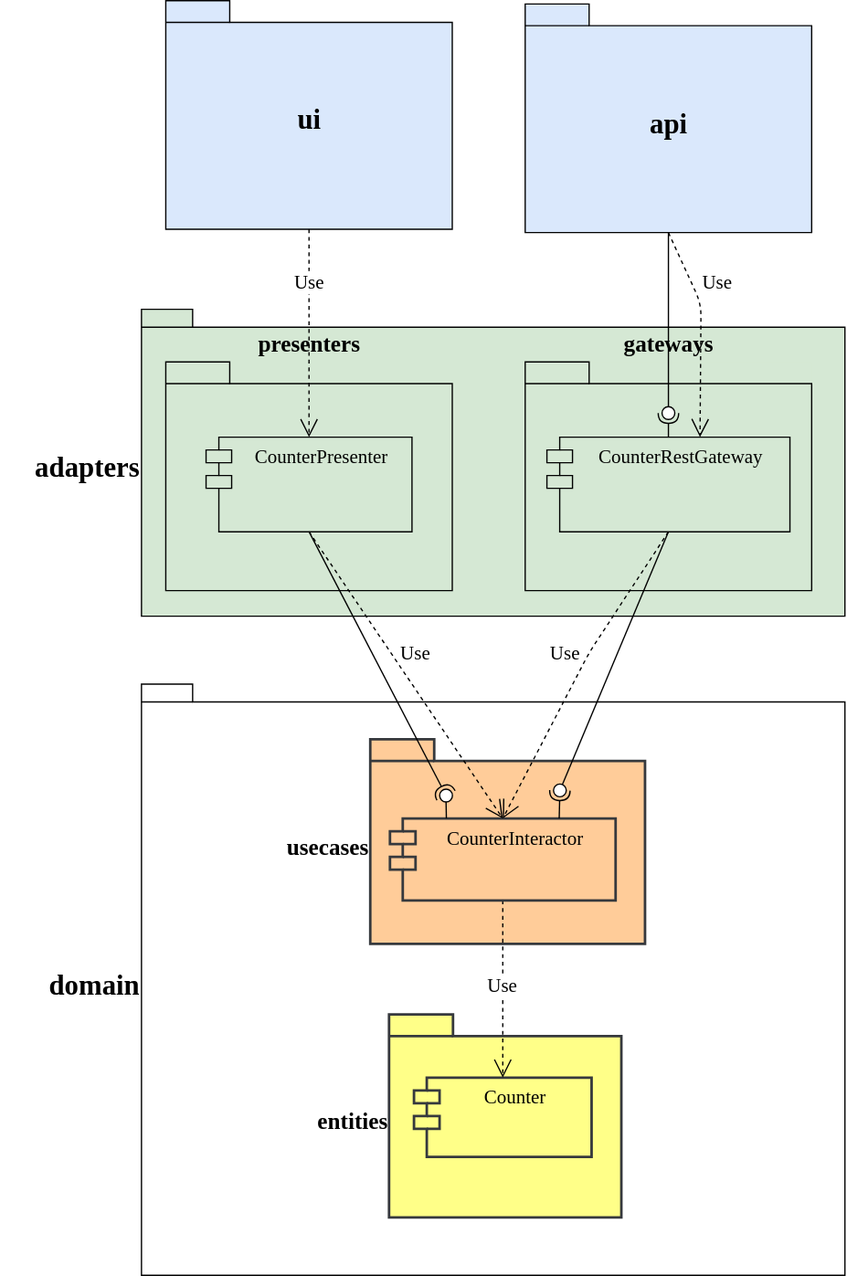
Above: app/diagrams/packages-details.uml.svg in softspiders/clean-architecture-counter-starters (draw.io), before the change. Source tidied: cells renumbered, new cells last; positions are measured from the earlier drawing's top-left corner, leaving out a move shared by most shapes.
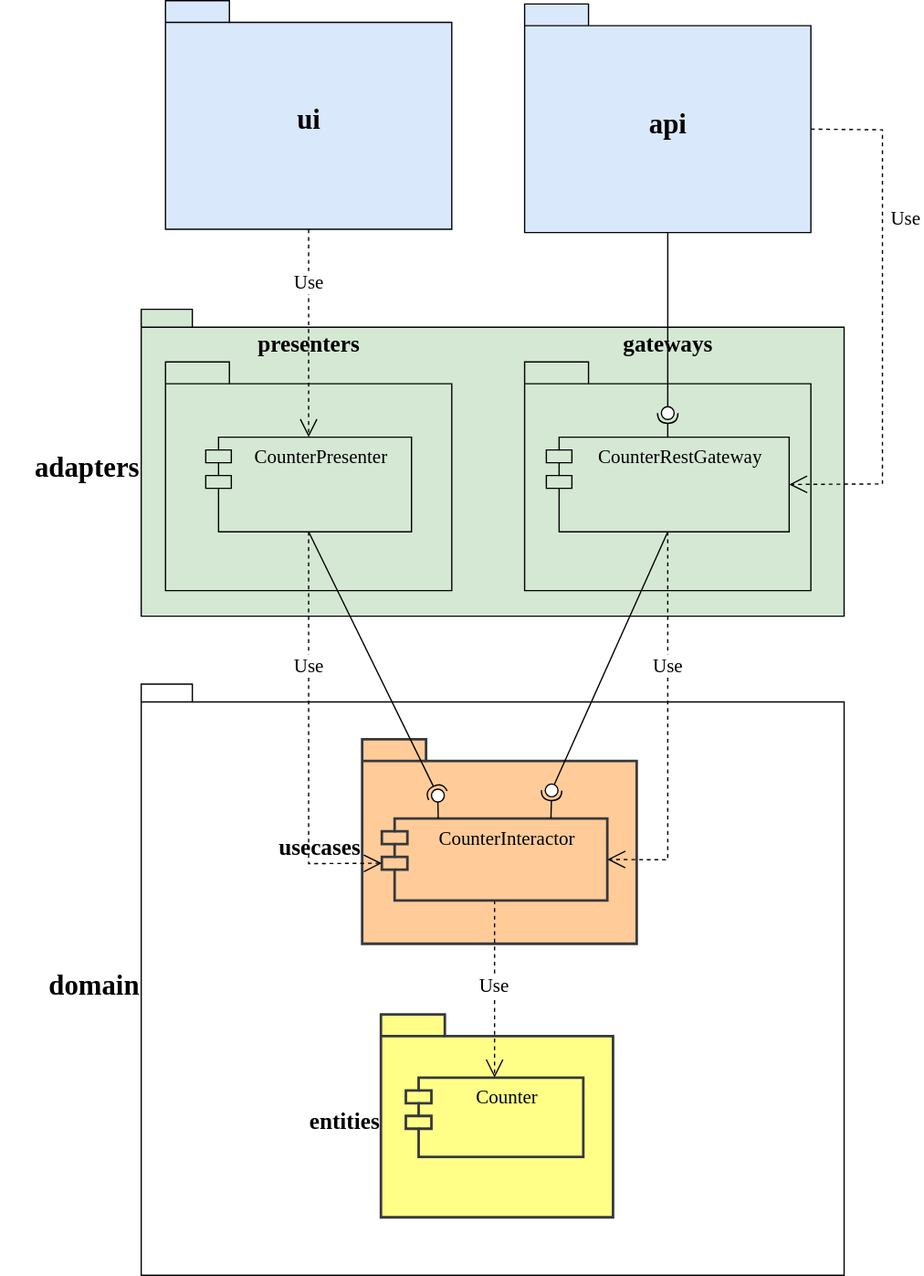
Later version of the same file.

What changed in the source:
```diff
@@ -9,7 +9,7 @@
       <mxGeometry width="550" height="462.5" as="geometry" />
     </mxCell>
     <mxCell id="4" style="group;fontSize=13;labelPosition=left;verticalLabelPosition=middle;align=right;verticalAlign=middle;fillColor=none;strokeColor=none;strokeWidth=2;" parent="2" vertex="1">
-      <mxGeometry x="139.8" y="246.7" width="285.4" height="182.1" as="geometry" />
+      <mxGeometry x="133.8" y="246.7" width="285.4" height="182.1" as="geometry" />
     </mxCell>
     <mxCell id="5" value="&lt;font style=&quot;font-size: 18px&quot;&gt;entities&lt;/font&gt;" style="shape=folder;fontStyle=1;spacingTop=10;tabWidth=50;tabHeight=17;tabPosition=left;html=1;rounded=0;shadow=0;comic=0;labelBackgroundColor=none;strokeWidth=2;fontFamily=Verdana;fontSize=10;align=right;labelPosition=left;verticalLabelPosition=middle;verticalAlign=middle;fillColor=#ffff88;strokeColor=#36393d;" parent="4" vertex="1">
       <mxGeometry x="53.8" y="11.7" width="181.6" height="158.7" as="geometry" />
@@ -18,25 +18,25 @@
       <mxGeometry x="73.3" y="61.1" width="138.9" height="62" as="geometry" />
     </mxCell>
     <mxCell id="7" value="&lt;font style=&quot;font-size: 18px&quot;&gt;usecases&lt;/font&gt;" style="shape=folder;fontStyle=1;spacingTop=10;tabWidth=50;tabHeight=17;tabPosition=left;html=1;rounded=0;shadow=0;comic=0;labelBackgroundColor=none;strokeWidth=2;fontFamily=Verdana;fontSize=12;align=right;labelPosition=left;verticalLabelPosition=middle;verticalAlign=middle;fillColor=#ffcc99;strokeColor=#36393d;" parent="2" vertex="1">
-      <mxGeometry x="178.9" y="43.1" width="214.8" height="160" as="geometry" />
+      <mxGeometry x="172.9" y="43.1" width="214.8" height="160" as="geometry" />
     </mxCell>
     <mxCell id="8" value="Use" style="endArrow=open;endSize=12;dashed=1;html=1;fontFamily=Verdana;fontSize=15;exitX=0.5;exitY=1;exitDx=0;exitDy=0;entryX=0.5;entryY=0;entryDx=0;entryDy=0;" parent="2" edge="1" source="9" target="6">
       <mxGeometry x="-0.04" relative="1" as="geometry" />
     </mxCell>
     <mxCell id="9" value="CounterInteractor" style="shape=module;align=left;spacingLeft=20;align=center;verticalAlign=top;fontFamily=Verdana;fontSize=15;fillColor=#ffcc99;strokeColor=#36393d;strokeWidth=2;" parent="2" vertex="1">
-      <mxGeometry x="194.3" y="105.1" width="176.4" height="64.1" as="geometry" />
+      <mxGeometry x="188.3" y="105.1" width="176.4" height="64.1" as="geometry" />
     </mxCell>
     <mxCell id="10" style="rounded=0;jettySize=auto;html=1;endArrow=halfCircle;endFill=0;entryX=0.5;entryY=0.5;entryDx=0;entryDy=0;endSize=6;strokeWidth=1;fontFamily=Verdana;fontSize=15;exitX=0.75;exitY=0;exitDx=0;exitDy=0;" parent="2" edge="1" source="9" target="11">
       <mxGeometry relative="1" as="geometry" />
     </mxCell>
     <mxCell id="11" style="ellipse;whiteSpace=wrap;html=1;fontFamily=Helvetica;fontSize=12;fontColor=#000000;align=center;strokeColor=#000000;fillColor=#ffffff;points=[];" parent="2" vertex="1">
-      <mxGeometry x="322.1" y="78.2" width="10" height="10" as="geometry" />
+      <mxGeometry x="316.1" y="78.2" width="10" height="10" as="geometry" />
     </mxCell>
     <mxCell id="12" style="rounded=0;jettySize=auto;html=1;endArrow=none;endFill=0;fontFamily=Verdana;fontSize=12;exitX=0.25;exitY=0;exitDx=0;exitDy=0;" parent="2" edge="1" source="9" target="13">
       <mxGeometry relative="1" as="geometry" />
     </mxCell>
     <mxCell id="13" style="ellipse;whiteSpace=wrap;html=1;fontFamily=Helvetica;fontSize=12;fontColor=#000000;align=center;strokeColor=#000000;fillColor=#ffffff;points=[];" parent="2" vertex="1">
-      <mxGeometry x="233.1" y="82.2" width="10" height="10" as="geometry" />
+      <mxGeometry x="227.1" y="82.2" width="10" height="10" as="geometry" />
     </mxCell>
     <mxCell id="14" value="&lt;font style=&quot;font-size: 22px&quot;&gt;adapters&lt;/font&gt;" style="shape=folder;fontStyle=1;spacingTop=10;tabWidth=40;tabHeight=14;tabPosition=left;html=1;fontSize=15;labelPosition=left;verticalLabelPosition=middle;align=right;verticalAlign=middle;fontFamily=Verdana;fillColor=#d5e8d4;strokeColor=#000000;" parent="1" vertex="1">
       <mxGeometry y="241.4" width="550" height="240" as="geometry" />
@@ -74,25 +74,30 @@
     <mxCell id="25" style="rounded=0;jettySize=auto;html=1;endArrow=none;endFill=0;fontFamily=Verdana;fontSize=15;exitX=0.5;exitY=1;exitDx=0;exitDy=0;" parent="1" edge="1" source="18" target="11">
       <mxGeometry relative="1" as="geometry" />
     </mxCell>
-    <mxCell id="26" value="Use" style="endArrow=open;endSize=12;dashed=1;html=1;fontFamily=Verdana;fontSize=15;exitX=0.5;exitY=1;exitDx=0;exitDy=0;entryX=0.5;entryY=0;entryDx=0;entryDy=0;" parent="1" edge="1" source="18" target="9">
-      <mxGeometry x="-0.07" y="-17" relative="1" as="geometry">
+    <mxCell id="26" value="Use" style="endArrow=open;endSize=12;dashed=1;html=1;fontFamily=Verdana;fontSize=15;exitX=0.5;exitY=1;exitDx=0;exitDy=0;entryX=1;entryY=0.5;entryDx=0;entryDy=0;rounded=0;" parent="1" edge="1" source="18" target="9">
+      <mxGeometry x="-0.31" relative="1" as="geometry">
         <Array as="points">
-          <mxPoint x="350" y="510" />
+          <mxPoint x="412" y="672" />
         </Array>
       </mxGeometry>
     </mxCell>
-    <mxCell id="27" value="Use" style="endArrow=open;endSize=12;dashed=1;html=1;fontFamily=Verdana;fontSize=15;exitX=0.5;exitY=1;exitDx=0;exitDy=0;exitPerimeter=0;entryX=0.63;entryY=-0.001;entryDx=0;entryDy=0;entryPerimeter=0;" parent="1" edge="1" source="28" target="18">
+    <mxCell id="27" value="Use" style="endArrow=open;endSize=12;dashed=1;html=1;fontFamily=Verdana;fontSize=15;exitX=0;exitY=0;exitDx=223.99999999999997;exitDy=97.91;exitPerimeter=0;entryX=1;entryY=0.5;entryDx=0;entryDy=0;rounded=0;" parent="1" edge="1" source="28" target="18">
       <mxGeometry x="-0.38" y="18" relative="1" as="geometry">
         <Array as="points">
-          <mxPoint x="437.5" y="237" />
+          <mxPoint x="580" y="101" />
+          <mxPoint x="580" y="378" />
         </Array>
       </mxGeometry>
     </mxCell>
     <mxCell id="28" value="&lt;font style=&quot;font-size: 22px&quot;&gt;api&lt;/font&gt;" style="shape=folder;fontStyle=1;spacingTop=10;tabWidth=50;tabHeight=17;tabPosition=left;html=1;rounded=0;shadow=0;comic=0;labelBackgroundColor=none;strokeWidth=1;fontFamily=Verdana;fontSize=18;align=center;labelPosition=center;verticalLabelPosition=middle;verticalAlign=middle;fillColor=#dae8fc;strokeColor=#000000;" parent="1" vertex="1">
       <mxGeometry x="300" y="2.6" width="224" height="178.8" as="geometry" />
     </mxCell>
-    <mxCell id="29" value="Use" style="endArrow=open;endSize=12;dashed=1;html=1;fontFamily=Verdana;fontSize=15;exitX=0.5;exitY=1;exitDx=0;exitDy=0;entryX=0.5;entryY=0;entryDx=0;entryDy=0;" parent="1" edge="1" source="21" target="9">
-      <mxGeometry x="-0.08" y="16" relative="1" as="geometry" />
+    <mxCell id="29" value="Use" style="endArrow=open;endSize=12;dashed=1;html=1;fontFamily=Verdana;fontSize=15;exitX=0.5;exitY=1;exitDx=0;exitDy=0;entryX=0;entryY=0;entryDx=0;entryDy=35;rounded=0;entryPerimeter=0;" parent="1" edge="1" source="21" target="9">
+      <mxGeometry x="-0.34" relative="1" as="geometry">
+        <Array as="points">
+          <mxPoint x="131" y="675" />
+        </Array>
+      </mxGeometry>
     </mxCell>
     <mxCell id="30" style="rounded=0;jettySize=auto;html=1;endArrow=halfCircle;endFill=0;entryX=0.5;entryY=0.5;entryDx=0;entryDy=0;endSize=6;strokeWidth=1;fontFamily=Verdana;fontSize=12;exitX=0.5;exitY=1;exitDx=0;exitDy=0;" parent="1" edge="1" source="21" target="13">
       <mxGeometry relative="1" as="geometry" />
```
